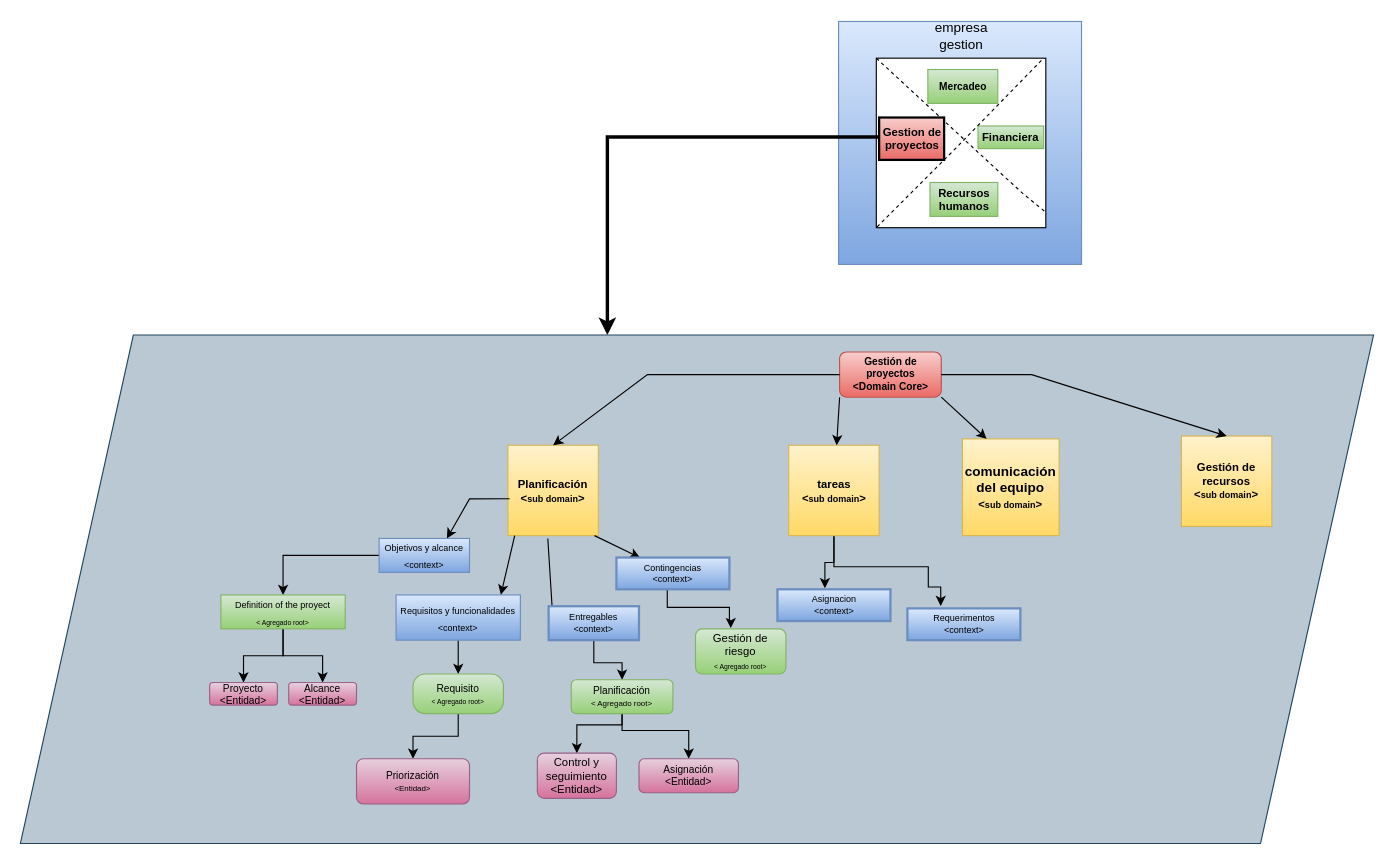
Before: page "Big picture" (1 of 3) of DDD.drawio in training-practice-sofkau/C1-2023-DDD-Colombia, a draw.io diagram. Source tidied: cells renumbered, new cells numbered last; positions are measured from the earlier drawing's top-left corner, leaving out a move shared by most shapes. Both pictures are drawn from the tidied source at 113%, with x=0, y=0 at pixel (19, 21).
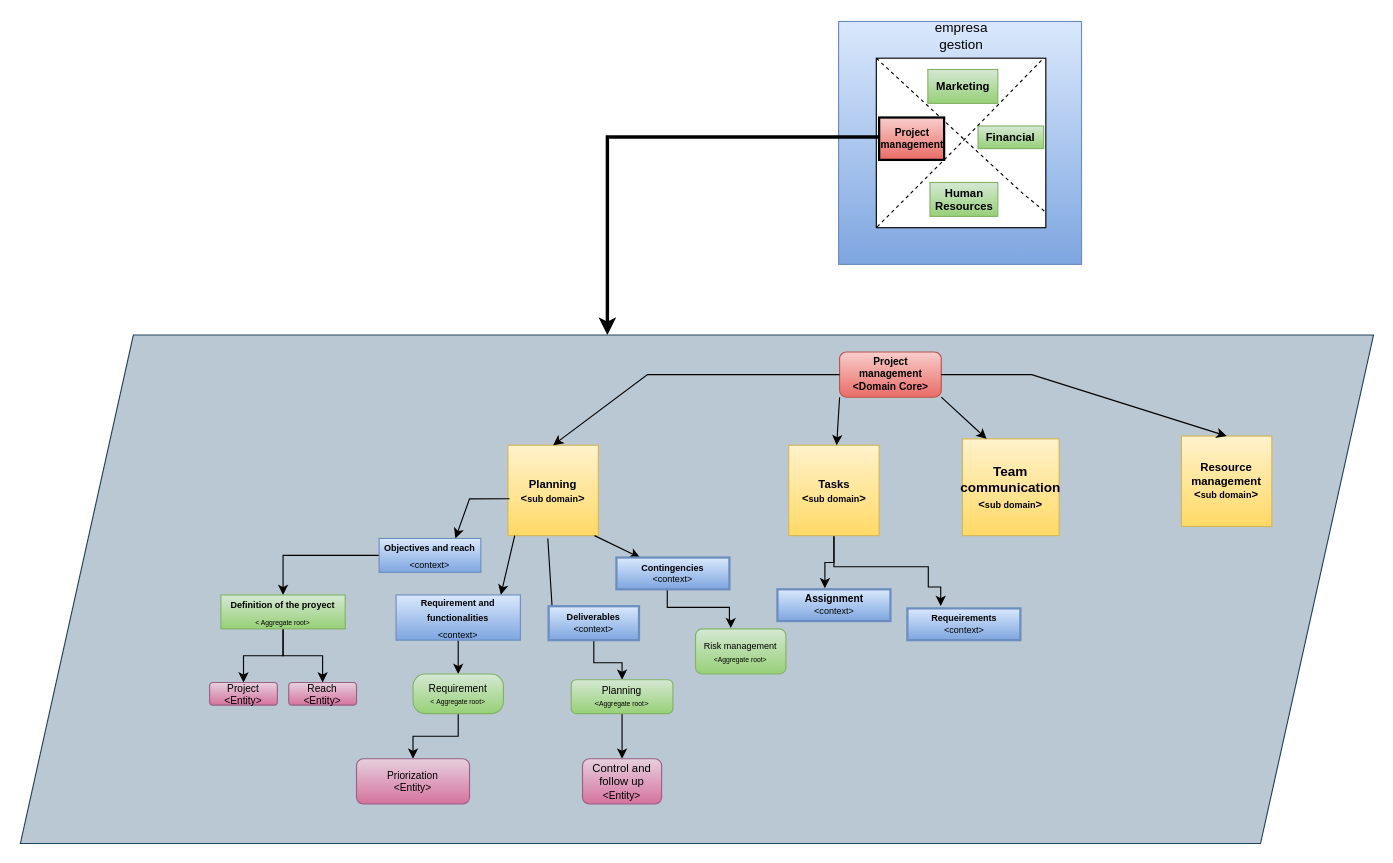
Above is the later version.

What changed in the source:
```diff
@@
-    <mxCell id="6" value="&lt;font size=&quot;1&quot; style=&quot;&quot;&gt;&lt;b style=&quot;font-size: 9px;&quot;&gt;Mercadeo&lt;/b&gt;&lt;/font&gt;" style="text;html=1;strokeColor=#82b366;fillColor=#d5e8d4;align=center;verticalAlign=middle;whiteSpace=wrap;rounded=0;gradientColor=#97d077;" parent="1" vertex="1">
+    <mxCell id="6" value="&lt;font size=&quot;1&quot;&gt;&lt;b&gt;Marketing&lt;/b&gt;&lt;/font&gt;" style="text;html=1;strokeColor=#82b366;fillColor=#d5e8d4;align=center;verticalAlign=middle;whiteSpace=wrap;rounded=0;gradientColor=#97d077;" parent="1" vertex="1">
       <mxGeometry x="803.6" y="42" width="61.9" height="30" as="geometry" />
     </mxCell>
-    <mxCell id="7" value="&lt;b&gt;&lt;font style=&quot;font-size: 10px;&quot;&gt;Financiera&lt;/font&gt;&lt;/b&gt;" style="text;html=1;strokeColor=#82b366;fillColor=#d5e8d4;align=center;verticalAlign=middle;whiteSpace=wrap;rounded=0;fontSize=6;gradientColor=#97d077;" parent="1" vertex="1">
+    <mxCell id="7" value="&lt;b&gt;&lt;font style=&quot;font-size: 10px;&quot;&gt;Financial&lt;/font&gt;&lt;/b&gt;" style="text;html=1;strokeColor=#82b366;fillColor=#d5e8d4;align=center;verticalAlign=middle;whiteSpace=wrap;rounded=0;fontSize=6;gradientColor=#97d077;" parent="1" vertex="1">
       <mxGeometry x="848" y="92" width="58.1" height="20" as="geometry" />
     </mxCell>
-    <mxCell id="8" value="&lt;b&gt;&lt;font style=&quot;font-size: 10px;&quot;&gt;Gestion de proyectos&lt;/font&gt;&lt;/b&gt;" style="text;html=1;strokeColor=#000000;fillColor=#f8cecc;align=center;verticalAlign=middle;whiteSpace=wrap;rounded=0;fontSize=6;gradientColor=#ea6b66;strokeWidth=2;" parent="1" vertex="1">
+    <mxCell id="8" value="&lt;b style=&quot;border-color: var(--border-color);&quot;&gt;&lt;font style=&quot;border-color: var(--border-color); font-size: 9px;&quot;&gt;Project management&lt;/font&gt;&lt;/b&gt;" style="text;html=1;strokeColor=#000000;fillColor=#f8cecc;align=center;verticalAlign=middle;whiteSpace=wrap;rounded=0;fontSize=6;gradientColor=#ea6b66;strokeWidth=2;" parent="1" vertex="1">
       <mxGeometry x="760.5" y="84.5" width="57.5" height="37.5" as="geometry" />
     </mxCell>
-    <mxCell id="9" value="&lt;b&gt;&lt;font style=&quot;font-size: 10px;&quot;&gt;Recursos humanos&lt;/font&gt;&lt;/b&gt;" style="text;html=1;strokeColor=#82b366;fillColor=#d5e8d4;align=center;verticalAlign=middle;whiteSpace=wrap;rounded=0;fontSize=6;gradientColor=#97d077;" parent="1" vertex="1">
+    <mxCell id="9" value="&lt;span style=&quot;font-size: 10px;&quot;&gt;&lt;b&gt;Human Resources&lt;/b&gt;&lt;/span&gt;" style="text;html=1;strokeColor=#82b366;fillColor=#d5e8d4;align=center;verticalAlign=middle;whiteSpace=wrap;rounded=0;fontSize=6;gradientColor=#97d077;" parent="1" vertex="1">
       <mxGeometry x="805.5" y="142" width="60" height="30" as="geometry" />
     </mxCell>
@@
-    <mxCell id="12" value="&lt;b&gt;&lt;font style=&quot;font-size: 9px;&quot;&gt;Gestión de proyectos&lt;br&gt;&amp;lt;Domain Core&amp;gt;&lt;br&gt;&lt;/font&gt;&lt;/b&gt;" style="rounded=1;whiteSpace=wrap;html=1;fontSize=6;fillColor=#f8cecc;gradientColor=#ea6b66;strokeColor=#b85450;" parent="1" vertex="1">
+    <mxCell id="12" value="&lt;b&gt;&lt;font style=&quot;font-size: 9px;&quot;&gt;Project management&lt;br&gt;&amp;lt;Domain Core&amp;gt;&lt;br&gt;&lt;/font&gt;&lt;/b&gt;" style="rounded=1;whiteSpace=wrap;html=1;fontSize=6;fillColor=#f8cecc;gradientColor=#ea6b66;strokeColor=#b85450;" parent="1" vertex="1">
       <mxGeometry x="725.5" y="292" width="90" height="40" as="geometry" />
     </mxCell>
@@
-    <mxCell id="15" value="&lt;b&gt;&lt;font style=&quot;font-size: 10px;&quot;&gt;tareas&lt;br&gt;&lt;/font&gt;&lt;/b&gt;&lt;b style=&quot;border-color: var(--border-color);&quot;&gt;&lt;font style=&quot;border-color: var(--border-color); font-size: 10px;&quot;&gt;&amp;lt;&lt;/font&gt;&lt;font style=&quot;border-color: var(--border-color); font-size: 8px;&quot;&gt;sub domain&lt;/font&gt;&lt;font style=&quot;border-color: var(--border-color); font-size: 10px;&quot;&gt;&amp;gt;&lt;/font&gt;&lt;/b&gt;&lt;b&gt;&lt;font style=&quot;font-size: 10px;&quot;&gt;&lt;br&gt;&lt;/font&gt;&lt;/b&gt;" style="whiteSpace=wrap;html=1;fontSize=6;fillColor=#fff2cc;gradientColor=#ffd966;strokeColor=#d6b656;strokeWidth=1;" parent="1" vertex="1">
+    <mxCell id="15" value="&lt;b&gt;&lt;font style=&quot;font-size: 10px;&quot;&gt;Tasks&lt;br&gt;&lt;/font&gt;&lt;/b&gt;&lt;b style=&quot;border-color: var(--border-color);&quot;&gt;&lt;font style=&quot;border-color: var(--border-color); font-size: 10px;&quot;&gt;&amp;lt;&lt;/font&gt;&lt;font style=&quot;border-color: var(--border-color); font-size: 8px;&quot;&gt;sub domain&lt;/font&gt;&lt;font style=&quot;border-color: var(--border-color); font-size: 10px;&quot;&gt;&amp;gt;&lt;/font&gt;&lt;/b&gt;&lt;b&gt;&lt;font style=&quot;font-size: 10px;&quot;&gt;&lt;br&gt;&lt;/font&gt;&lt;/b&gt;" style="whiteSpace=wrap;html=1;fontSize=6;fillColor=#fff2cc;gradientColor=#ffd966;strokeColor=#d6b656;strokeWidth=1;" parent="1" vertex="1">
       <mxGeometry x="680.5" y="374.5" width="80" height="80" as="geometry" />
     </mxCell>
-    <mxCell id="16" value="&lt;b&gt;&lt;font style=&quot;font-size: 12px;&quot;&gt;comunicación del equipo&lt;br&gt;&lt;/font&gt;&lt;/b&gt;&lt;b style=&quot;border-color: var(--border-color);&quot;&gt;&lt;font style=&quot;border-color: var(--border-color); font-size: 10px;&quot;&gt;&amp;lt;&lt;/font&gt;&lt;font style=&quot;border-color: var(--border-color); font-size: 8px;&quot;&gt;sub domain&lt;/font&gt;&lt;font style=&quot;border-color: var(--border-color); font-size: 10px;&quot;&gt;&amp;gt;&lt;/font&gt;&lt;/b&gt;&lt;b&gt;&lt;font style=&quot;font-size: 12px;&quot;&gt;&lt;br&gt;&lt;/font&gt;&lt;/b&gt;" style="whiteSpace=wrap;html=1;fontSize=6;fillColor=#fff2cc;gradientColor=#ffd966;strokeColor=#d6b656;" parent="1" vertex="1">
+    <mxCell id="16" value="&lt;b&gt;&lt;font style=&quot;font-size: 12px;&quot;&gt;Team communication&lt;br&gt;&lt;/font&gt;&lt;/b&gt;&lt;b style=&quot;border-color: var(--border-color);&quot;&gt;&lt;font style=&quot;border-color: var(--border-color); font-size: 10px;&quot;&gt;&amp;lt;&lt;/font&gt;&lt;font style=&quot;border-color: var(--border-color); font-size: 8px;&quot;&gt;sub domain&lt;/font&gt;&lt;font style=&quot;border-color: var(--border-color); font-size: 10px;&quot;&gt;&amp;gt;&lt;/font&gt;&lt;/b&gt;&lt;b&gt;&lt;font style=&quot;font-size: 12px;&quot;&gt;&lt;br&gt;&lt;/font&gt;&lt;/b&gt;" style="whiteSpace=wrap;html=1;fontSize=6;fillColor=#fff2cc;gradientColor=#ffd966;strokeColor=#d6b656;" parent="1" vertex="1">
       <mxGeometry x="834.2" y="368.9" width="85.6" height="85.6" as="geometry" />
     </mxCell>
-    <mxCell id="17" value="&lt;b&gt;&lt;font style=&quot;font-size: 10px;&quot;&gt;Gestión de recursos&lt;br&gt;&lt;/font&gt;&lt;/b&gt;&lt;b style=&quot;border-color: var(--border-color);&quot;&gt;&lt;font style=&quot;border-color: var(--border-color); font-size: 10px;&quot;&gt;&amp;lt;&lt;/font&gt;&lt;font style=&quot;border-color: var(--border-color); font-size: 8px;&quot;&gt;sub domain&lt;/font&gt;&lt;font style=&quot;border-color: var(--border-color); font-size: 10px;&quot;&gt;&amp;gt;&lt;/font&gt;&lt;/b&gt;&lt;b&gt;&lt;font style=&quot;font-size: 10px;&quot;&gt;&lt;br&gt;&lt;/font&gt;&lt;/b&gt;" style="whiteSpace=wrap;html=1;fontSize=6;fillColor=#fff2cc;gradientColor=#ffd966;strokeColor=#d6b656;" parent="1" vertex="1">
+    <mxCell id="17" value="&lt;b&gt;&lt;font style=&quot;font-size: 10px;&quot;&gt;Resource management&lt;br&gt;&lt;/font&gt;&lt;/b&gt;&lt;b style=&quot;border-color: var(--border-color);&quot;&gt;&lt;font style=&quot;border-color: var(--border-color); font-size: 10px;&quot;&gt;&amp;lt;&lt;/font&gt;&lt;font style=&quot;border-color: var(--border-color); font-size: 8px;&quot;&gt;sub domain&lt;/font&gt;&lt;font style=&quot;border-color: var(--border-color); font-size: 10px;&quot;&gt;&amp;gt;&lt;/font&gt;&lt;/b&gt;&lt;b&gt;&lt;font style=&quot;font-size: 10px;&quot;&gt;&lt;br&gt;&lt;/font&gt;&lt;/b&gt;" style="whiteSpace=wrap;html=1;fontSize=6;fillColor=#fff2cc;gradientColor=#ffd966;strokeColor=#d6b656;" parent="1" vertex="1">
       <mxGeometry x="1028" y="366.4" width="80" height="80" as="geometry" />
     </mxCell>
@@
-    <mxCell id="21" value="&lt;b&gt;&lt;font style=&quot;font-size: 10px;&quot;&gt;Planificación &lt;br&gt;&amp;lt;&lt;/font&gt;&lt;font style=&quot;font-size: 8px;&quot;&gt;sub domain&lt;/font&gt;&lt;font style=&quot;font-size: 10px;&quot;&gt;&amp;gt;&lt;br&gt;&lt;/font&gt;&lt;/b&gt;" style="whiteSpace=wrap;html=1;fontSize=6;fillColor=#fff2cc;gradientColor=#ffd966;strokeColor=#d6b656;" parent="1" vertex="1">
+    <mxCell id="21" value="&lt;b&gt;&lt;font style=&quot;font-size: 10px;&quot;&gt;Planning&lt;br&gt;&amp;lt;&lt;/font&gt;&lt;font style=&quot;font-size: 8px;&quot;&gt;sub domain&lt;/font&gt;&lt;font style=&quot;font-size: 10px;&quot;&gt;&amp;gt;&lt;br&gt;&lt;/font&gt;&lt;/b&gt;" style="whiteSpace=wrap;html=1;fontSize=6;fillColor=#fff2cc;gradientColor=#ffd966;strokeColor=#d6b656;" parent="1" vertex="1">
       <mxGeometry x="432" y="374.5" width="80" height="80" as="geometry" />
     </mxCell>
@@
-    <mxCell id="26" value="&lt;font style=&quot;font-size: 8px;&quot;&gt;Objetivos y alcance&lt;br&gt;&amp;lt;context&lt;/font&gt;&lt;span style=&quot;font-size: 8px; background-color: initial;&quot;&gt;&amp;gt;&lt;/span&gt;" style="rounded=0;whiteSpace=wrap;html=1;strokeWidth=1;fontSize=12;fillColor=#dae8fc;strokeColor=#6c8ebf;gradientColor=#7ea6e0;" parent="1" vertex="1">
-      <mxGeometry x="318" y="457" width="80" height="30" as="geometry" />
+    <mxCell id="26" value="&lt;font style=&quot;font-size: 8px;&quot;&gt;&lt;b&gt;Objectives and reach&lt;/b&gt;&lt;br&gt;&amp;lt;context&lt;/font&gt;&lt;span style=&quot;font-size: 8px; background-color: initial;&quot;&gt;&amp;gt;&lt;/span&gt;" style="rounded=0;whiteSpace=wrap;html=1;strokeWidth=1;fontSize=12;fillColor=#dae8fc;strokeColor=#6c8ebf;gradientColor=#7ea6e0;" parent="1" vertex="1">
+      <mxGeometry x="318" y="457" width="90" height="30" as="geometry" />
     </mxCell>
@@
-    <mxCell id="28" value="&lt;font style=&quot;font-size: 8px;&quot;&gt;Requisitos y funcionalidades&lt;br&gt;&lt;font style=&quot;border-color: var(--border-color);&quot;&gt;&amp;lt;context&lt;/font&gt;&amp;gt;&lt;br&gt;&lt;/font&gt;" style="rounded=0;whiteSpace=wrap;html=1;strokeWidth=1;fontSize=12;fillColor=#dae8fc;gradientColor=#7ea6e0;strokeColor=#6c8ebf;" parent="1" vertex="1">
+    <mxCell id="28" value="&lt;font style=&quot;font-size: 8px;&quot;&gt;&lt;b&gt;Requirement and functionalities&lt;/b&gt;&lt;br&gt;&lt;font style=&quot;border-color: var(--border-color);&quot;&gt;&amp;lt;context&lt;/font&gt;&amp;gt;&lt;br&gt;&lt;/font&gt;" style="rounded=0;whiteSpace=wrap;html=1;strokeWidth=1;fontSize=12;fillColor=#dae8fc;gradientColor=#7ea6e0;strokeColor=#6c8ebf;" parent="1" vertex="1">
       <mxGeometry x="333" y="507" width="110" height="40" as="geometry" />
     </mxCell>
@@
-    <mxCell id="31" value="Contingencias&lt;br&gt;&lt;font style=&quot;border-color: var(--border-color);&quot;&gt;&amp;lt;context&lt;/font&gt;&amp;gt;" style="rounded=0;whiteSpace=wrap;html=1;strokeColor=#6c8ebf;strokeWidth=2;fontSize=8;fillColor=#dae8fc;gradientColor=#7ea6e0;" parent="1" vertex="1">
+    <mxCell id="31" value="&lt;font style=&quot;border-color: var(--border-color);&quot;&gt;&lt;b&gt;Contingencies&lt;/b&gt;&lt;br&gt;&amp;lt;context&lt;/font&gt;&amp;gt;" style="rounded=0;whiteSpace=wrap;html=1;strokeColor=#6c8ebf;strokeWidth=2;fontSize=8;fillColor=#dae8fc;gradientColor=#7ea6e0;" parent="1" vertex="1">
       <mxGeometry x="528" y="473.9" width="100" height="28.1" as="geometry" />
     </mxCell>
@@
-    <mxCell id="34" value="Entregables&lt;br&gt;&lt;font style=&quot;border-color: var(--border-color);&quot;&gt;&amp;lt;context&lt;/font&gt;&amp;gt;" style="rounded=0;whiteSpace=wrap;html=1;strokeColor=#6c8ebf;strokeWidth=2;fontSize=8;fillColor=#dae8fc;gradientColor=#7ea6e0;" parent="1" vertex="1">
+    <mxCell id="34" value="&lt;b&gt;Deliverables&lt;/b&gt;&lt;br&gt;&lt;font style=&quot;border-color: var(--border-color);&quot;&gt;&amp;lt;context&lt;/font&gt;&amp;gt;" style="rounded=0;whiteSpace=wrap;html=1;strokeColor=#6c8ebf;strokeWidth=2;fontSize=8;fillColor=#dae8fc;gradientColor=#7ea6e0;" parent="1" vertex="1">
       <mxGeometry x="468" y="517" width="80" height="30" as="geometry" />
     </mxCell>
@@
-    <mxCell id="38" value="&lt;span style=&quot;border-color: var(--border-color);&quot;&gt;&lt;font style=&quot;font-size: 8px;&quot;&gt;Definition of the proyect&lt;br&gt;&lt;/font&gt;&lt;/span&gt;&lt;font style=&quot;font-size: 6px;&quot;&gt;&amp;lt; Agregado root&amp;gt;&lt;/font&gt;" style="rounded=0;whiteSpace=wrap;html=1;fillColor=#d5e8d4;gradientColor=#97d077;strokeColor=#82b366;" parent="1" vertex="1">
+    <mxCell id="38" value="&lt;span style=&quot;border-color: var(--border-color);&quot;&gt;&lt;font style=&quot;font-size: 8px;&quot;&gt;&lt;b&gt;Definition of the proyect&lt;/b&gt;&lt;br&gt;&lt;/font&gt;&lt;/span&gt;&lt;font style=&quot;font-size: 6px;&quot;&gt;&amp;lt; Aggregate root&amp;gt;&lt;/font&gt;" style="rounded=0;whiteSpace=wrap;html=1;fillColor=#d5e8d4;gradientColor=#97d077;strokeColor=#82b366;" parent="1" vertex="1">
       <mxGeometry x="178" y="507" width="110" height="30" as="geometry" />
     </mxCell>
-    <mxCell id="39" value="Proyecto&lt;br&gt;&amp;lt;Entidad&amp;gt;" style="rounded=1;whiteSpace=wrap;html=1;fontSize=9;fillColor=#e6d0de;gradientColor=#d5739d;strokeColor=#996185;" parent="1" vertex="1">
+    <mxCell id="39" value="Project&lt;br&gt;&amp;lt;Entity&amp;gt;" style="rounded=1;whiteSpace=wrap;html=1;fontSize=9;fillColor=#e6d0de;gradientColor=#d5739d;strokeColor=#996185;" parent="1" vertex="1">
       <mxGeometry x="168" y="584.5" width="60" height="20" as="geometry" />
     </mxCell>
@@
-    <mxCell id="41" value="Requisito&lt;br&gt;&lt;font style=&quot;font-size: 6px;&quot;&gt;&amp;lt; Agregado root&amp;gt;&lt;/font&gt;" style="rounded=1;whiteSpace=wrap;html=1;fontSize=9;arcSize=31;fillColor=#d5e8d4;gradientColor=#97d077;strokeColor=#82b366;" parent="1" vertex="1">
+    <mxCell id="41" value="Requirement&lt;br&gt;&lt;font style=&quot;font-size: 6px;&quot;&gt;&amp;lt;&amp;nbsp;&lt;/font&gt;&lt;span style=&quot;font-size: 6px;&quot;&gt;Aggregate root&amp;gt;&lt;/span&gt;" style="rounded=1;whiteSpace=wrap;html=1;fontSize=9;arcSize=31;fillColor=#d5e8d4;gradientColor=#97d077;strokeColor=#82b366;" parent="1" vertex="1">
       <mxGeometry x="348" y="577" width="80" height="35" as="geometry" />
     </mxCell>
-    <mxCell id="42" value="Priorización&lt;br&gt;&lt;font style=&quot;font-size: 7px;&quot;&gt;&amp;lt;Entidad&amp;gt;&lt;/font&gt;" style="rounded=1;whiteSpace=wrap;html=1;fontSize=9;fillColor=#e6d0de;gradientColor=#d5739d;strokeColor=#996185;" parent="1" vertex="1">
+    <mxCell id="42" value="Priorization&lt;br&gt;&amp;lt;Entity&amp;gt;" style="rounded=1;whiteSpace=wrap;html=1;fontSize=9;fillColor=#e6d0de;gradientColor=#d5739d;strokeColor=#996185;" parent="1" vertex="1">
       <mxGeometry x="298" y="652" width="100" height="40" as="geometry" />
     </mxCell>
-    <mxCell id="43" style="edgeStyle=orthogonalEdgeStyle;rounded=0;jettySize=auto;html=1;fontSize=10;" parent="1" edge="1" source="45" target="47">
-      <mxGeometry relative="1" as="geometry">
-        <Array as="points">
-          <mxPoint x="533" y="627" />
-          <mxPoint x="592" y="627" />
-        </Array>
-      </mxGeometry>
-    </mxCell>
     <mxCell id="44" style="edgeStyle=orthogonalEdgeStyle;rounded=0;jettySize=auto;html=1;fontSize=10;" parent="1" edge="1" source="45" target="46">
       <mxGeometry relative="1" as="geometry">
         <Array as="points">
-          <mxPoint x="533" y="622" />
-          <mxPoint x="493" y="622" />
+          <mxPoint x="533" y="642" />
+          <mxPoint x="533" y="642" />
         </Array>
       </mxGeometry>
     </mxCell>
-    <mxCell id="45" value="Planificación&lt;br&gt;&lt;font style=&quot;font-size: 7px;&quot;&gt;&amp;lt; Agregado root&amp;gt;&lt;/font&gt;" style="rounded=1;whiteSpace=wrap;html=1;fontSize=9;fillColor=#d5e8d4;gradientColor=#97d077;strokeColor=#82b366;" parent="1" vertex="1">
+    <mxCell id="45" value="Planning&lt;br&gt;&lt;font style=&quot;font-size: 7px;&quot;&gt;&amp;lt;&lt;span style=&quot;font-size: 6px;&quot;&gt;Aggregate root&lt;/span&gt;&amp;gt;&lt;/font&gt;" style="rounded=1;whiteSpace=wrap;html=1;fontSize=9;fillColor=#d5e8d4;gradientColor=#97d077;strokeColor=#82b366;" parent="1" vertex="1">
       <mxGeometry x="488" y="582" width="90" height="30" as="geometry" />
     </mxCell>
-    <mxCell id="46" value="&lt;font style=&quot;font-size: 10px;&quot;&gt;Control y seguimiento&lt;br&gt;&amp;lt;Entidad&amp;gt;&lt;br&gt;&lt;/font&gt;" style="rounded=1;whiteSpace=wrap;html=1;fontSize=9;fillColor=#e6d0de;gradientColor=#d5739d;strokeColor=#996185;" parent="1" vertex="1">
-      <mxGeometry x="458" y="647" width="70" height="40" as="geometry" />
+    <mxCell id="46" value="&lt;font style=&quot;font-size: 10px;&quot;&gt;Control and follow up&lt;br&gt;&lt;span style=&quot;font-size: 9px;&quot;&gt;&amp;lt;Entity&amp;gt;&lt;/span&gt;&lt;br&gt;&lt;/font&gt;" style="rounded=1;whiteSpace=wrap;html=1;fontSize=9;fillColor=#e6d0de;gradientColor=#d5739d;strokeColor=#996185;" parent="1" vertex="1">
+      <mxGeometry x="498" y="652" width="70" height="40" as="geometry" />
     </mxCell>
-    <mxCell id="47" value="Asignación&lt;br&gt;&amp;lt;Entidad&amp;gt;" style="rounded=1;whiteSpace=wrap;html=1;fontSize=9;fillColor=#e6d0de;gradientColor=#d5739d;strokeColor=#996185;" parent="1" vertex="1">
-      <mxGeometry x="548" y="652" width="88" height="30" as="geometry" />
-    </mxCell>
-    <mxCell id="48" value="Gestión de riesgo&lt;br&gt;&lt;font style=&quot;font-size: 6px;&quot;&gt;&amp;lt; Agregado root&amp;gt;&lt;/font&gt;" style="rounded=1;whiteSpace=wrap;html=1;fontSize=10;fillColor=#d5e8d4;gradientColor=#97d077;strokeColor=#82b366;" parent="1" vertex="1">
+    <mxCell id="48" value="&lt;font style=&quot;&quot;&gt;&lt;font style=&quot;font-size: 8px;&quot;&gt;Risk management&lt;/font&gt;&lt;br&gt;&lt;span style=&quot;font-size: 6px;&quot;&gt;&amp;lt;Aggregate root&amp;gt;&lt;/span&gt;&lt;/font&gt;" style="rounded=1;whiteSpace=wrap;html=1;fontSize=10;fillColor=#d5e8d4;gradientColor=#97d077;strokeColor=#82b366;" parent="1" vertex="1">
       <mxGeometry x="598" y="537" width="80" height="40" as="geometry" />
     </mxCell>
-    <mxCell id="49" value="Alcance&lt;br&gt;&amp;lt;Entidad&amp;gt;" style="rounded=1;whiteSpace=wrap;html=1;fontSize=9;fillColor=#e6d0de;gradientColor=#d5739d;strokeColor=#996185;" parent="1" vertex="1">
+    <mxCell id="49" value="Reach&lt;br&gt;&amp;lt;Entity&amp;gt;" style="rounded=1;whiteSpace=wrap;html=1;fontSize=9;fillColor=#e6d0de;gradientColor=#d5739d;strokeColor=#996185;" parent="1" vertex="1">
       <mxGeometry x="238" y="584.5" width="60" height="20" as="geometry" />
     </mxCell>
-    <mxCell id="50" value="Asignacion&lt;br&gt;&lt;font style=&quot;border-color: var(--border-color);&quot;&gt;&amp;lt;context&lt;/font&gt;&amp;gt;" style="rounded=0;whiteSpace=wrap;html=1;strokeColor=#6c8ebf;strokeWidth=2;fontSize=8;fillColor=#dae8fc;gradientColor=#7ea6e0;" parent="1" vertex="1">
+    <mxCell id="50" value="&lt;span style=&quot;font-size: 9px;&quot;&gt;&lt;b&gt;Assignment&lt;/b&gt;&lt;/span&gt;&lt;br&gt;&lt;font style=&quot;border-color: var(--border-color);&quot;&gt;&amp;lt;context&lt;/font&gt;&amp;gt;" style="rounded=0;whiteSpace=wrap;html=1;strokeColor=#6c8ebf;strokeWidth=2;fontSize=8;fillColor=#dae8fc;gradientColor=#7ea6e0;" parent="1" vertex="1">
       <mxGeometry x="670.5" y="502" width="100" height="28.1" as="geometry" />
     </mxCell>
-    <mxCell id="51" value="Requerimentos&lt;br&gt;&lt;font style=&quot;border-color: var(--border-color);&quot;&gt;&amp;lt;context&lt;/font&gt;&amp;gt;" style="rounded=0;whiteSpace=wrap;html=1;strokeColor=#6c8ebf;strokeWidth=2;fontSize=8;fillColor=#dae8fc;gradientColor=#7ea6e0;" parent="1" vertex="1">
+    <mxCell id="51" value="&lt;b&gt;Requeirements&lt;/b&gt;&lt;br&gt;&lt;font style=&quot;border-color: var(--border-color);&quot;&gt;&amp;lt;context&lt;/font&gt;&amp;gt;" style="rounded=0;whiteSpace=wrap;html=1;strokeColor=#6c8ebf;strokeWidth=2;fontSize=8;fillColor=#dae8fc;gradientColor=#7ea6e0;" parent="1" vertex="1">
       <mxGeometry x="785.5" y="518.9" width="100" height="28.1" as="geometry" />
     </mxCell>
```
